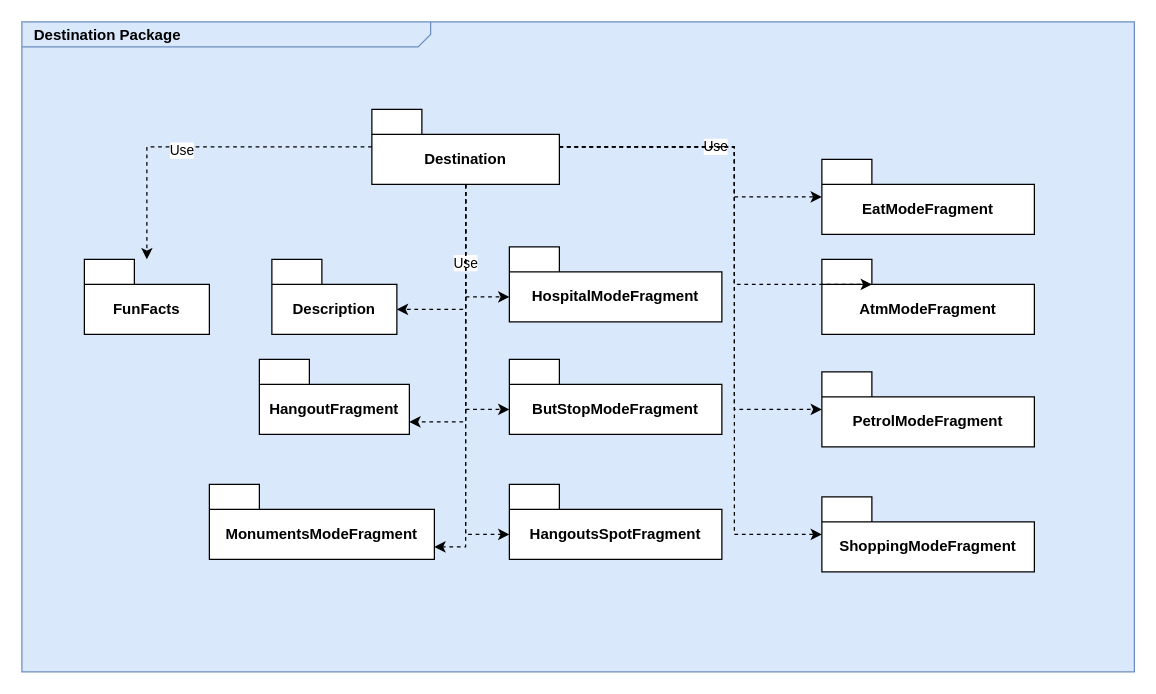
Above: Utility.drawio in MurielleMardenli200/LOG8430_TP1 (draw.io), before the change. Source tidied: cells renumbered, new cells numbered last; positions are measured from the earlier drawing's top-left corner, leaving out a move shared by most shapes. Both pictures are drawn from the tidied source at 125%, with x=0, y=0 at pixel (21, 21).
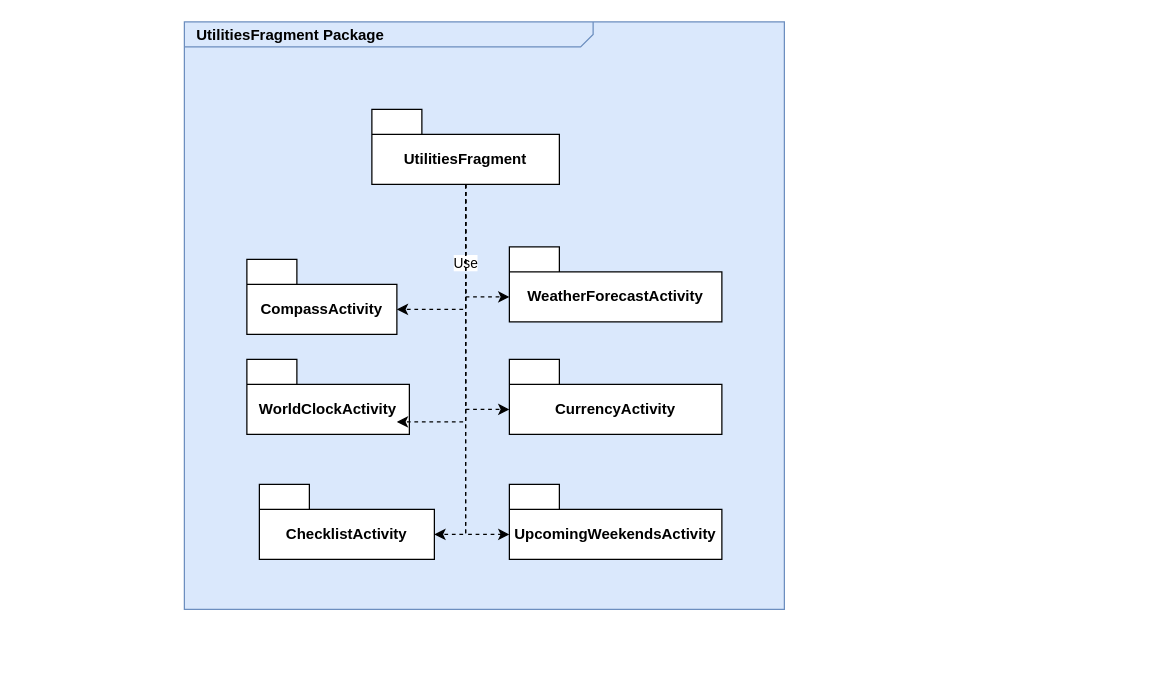
Above is the later version.

Change to the diagram source:
```diff
@@
-    <mxCell id="2" value="&lt;p style=&quot;margin: 0px ; margin-top: 4px ; margin-left: 10px ; text-align: left&quot;&gt;&lt;b&gt;Destination Package&lt;/b&gt;&lt;/p&gt;" style="html=1;strokeWidth=1;shape=mxgraph.sysml.package;html=1;overflow=fill;whiteSpace=wrap;fillColor=#dae8fc;fontSize=12;align=center;labelX=327.64;strokeColor=#6c8ebf;" parent="1" vertex="1">
-      <mxGeometry width="890" height="520" as="geometry" />
+    <mxCell id="2" value="&lt;p style=&quot;margin: 0px ; margin-top: 4px ; margin-left: 10px ; text-align: left&quot;&gt;&lt;span style=&quot;font-weight: 700; background-color: transparent; color: light-dark(rgb(0, 0, 0), rgb(255, 255, 255)); text-align: center;&quot;&gt;UtilitiesFragment&lt;/span&gt;&lt;b&gt;&amp;nbsp;Package&lt;/b&gt;&lt;/p&gt;" style="html=1;strokeWidth=1;shape=mxgraph.sysml.package;html=1;overflow=fill;whiteSpace=wrap;fillColor=#dae8fc;fontSize=12;align=center;labelX=327.64;strokeColor=#6c8ebf;" parent="1" vertex="1">
+      <mxGeometry x="130" width="480" height="470" as="geometry" />
     </mxCell>
-    <mxCell id="3" style="edgeStyle=orthogonalEdgeStyle;rounded=0;jettySize=auto;html=1;dashed=1;" parent="1" edge="1" source="10" target="11">
-      <mxGeometry relative="1" as="geometry" />
-    </mxCell>
-    <mxCell id="4" value="Use" style="edgeLabel;html=1;align=center;verticalAlign=middle;" parent="3" vertex="1">
-      <mxGeometry x="0.13" y="2" relative="1" as="geometry" />
-    </mxCell>
@@
-    <mxCell id="7" value="Use" style="edgeStyle=orthogonalEdgeStyle;shape=connector;rounded=0;jettySize=auto;html=1;dashed=1;strokeColor=default;align=center;verticalAlign=middle;fontFamily=Helvetica;fontSize=11;fontColor=default;labelBackgroundColor=default;endArrow=classic;" parent="1" edge="1" source="10" target="21">
-      <mxGeometry relative="1" as="geometry">
-        <Array as="points">
-          <mxPoint x="570" y="100" />
-          <mxPoint x="570" y="140" />
-        </Array>
-      </mxGeometry>
-    </mxCell>
-    <mxCell id="8" style="edgeStyle=orthogonalEdgeStyle;shape=connector;rounded=0;jettySize=auto;html=1;dashed=1;strokeColor=default;align=center;verticalAlign=middle;fontFamily=Helvetica;fontSize=11;fontColor=default;labelBackgroundColor=default;endArrow=classic;" parent="1" edge="1" source="10" target="17">
-      <mxGeometry relative="1" as="geometry">
-        <Array as="points">
-          <mxPoint x="570" y="100" />
-          <mxPoint x="570" y="410" />
-        </Array>
-      </mxGeometry>
-    </mxCell>
-    <mxCell id="9" style="edgeStyle=orthogonalEdgeStyle;shape=connector;rounded=0;jettySize=auto;html=1;dashed=1;strokeColor=default;align=center;verticalAlign=middle;fontFamily=Helvetica;fontSize=11;fontColor=default;labelBackgroundColor=default;endArrow=classic;" parent="1" edge="1" source="10" target="18">
-      <mxGeometry relative="1" as="geometry">
-        <Array as="points">
-          <mxPoint x="570" y="100" />
-          <mxPoint x="570" y="310" />
-        </Array>
-      </mxGeometry>
-    </mxCell>
-    <mxCell id="10" value="Destination" style="shape=folder;fontStyle=1;tabWidth=40;tabHeight=20;tabPosition=left;html=1;boundedLbl=1;whiteSpace=wrap;" parent="1" vertex="1">
+    <mxCell id="10" value="UtilitiesFragment" style="shape=folder;fontStyle=1;tabWidth=40;tabHeight=20;tabPosition=left;html=1;boundedLbl=1;whiteSpace=wrap;" parent="1" vertex="1">
       <mxGeometry x="280" y="70" width="150" height="60" as="geometry" />
     </mxCell>
-    <mxCell id="11" value="FunFacts" style="shape=folder;fontStyle=1;tabWidth=40;tabHeight=20;tabPosition=left;html=1;boundedLbl=1;whiteSpace=wrap;" parent="1" vertex="1">
-      <mxGeometry x="50" y="190" width="100" height="60" as="geometry" />
-    </mxCell>
-    <mxCell id="12" value="Description" style="shape=folder;fontStyle=1;tabWidth=40;tabHeight=20;tabPosition=left;html=1;boundedLbl=1;whiteSpace=wrap;" parent="1" vertex="1">
-      <mxGeometry x="200" y="190" width="100" height="60" as="geometry" />
+    <mxCell id="12" value="CompassActivity" style="shape=folder;fontStyle=1;tabWidth=40;tabHeight=20;tabPosition=left;html=1;boundedLbl=1;whiteSpace=wrap;" parent="1" vertex="1">
+      <mxGeometry x="180" y="190" width="120" height="60" as="geometry" />
     </mxCell>
-    <mxCell id="13" value="HangoutFragment" style="shape=folder;fontStyle=1;tabWidth=40;tabHeight=20;tabPosition=left;html=1;boundedLbl=1;whiteSpace=wrap;" parent="1" vertex="1">
-      <mxGeometry x="190" y="270" width="120" height="60" as="geometry" />
+    <mxCell id="13" value="WorldClockActivity" style="shape=folder;fontStyle=1;tabWidth=40;tabHeight=20;tabPosition=left;html=1;boundedLbl=1;whiteSpace=wrap;" parent="1" vertex="1">
+      <mxGeometry x="180" y="270" width="130" height="60" as="geometry" />
     </mxCell>
-    <mxCell id="14" value="MonumentsModeFragment" style="shape=folder;fontStyle=1;tabWidth=40;tabHeight=20;tabPosition=left;html=1;boundedLbl=1;whiteSpace=wrap;" parent="1" vertex="1">
-      <mxGeometry x="150" y="370" width="180" height="60" as="geometry" />
+    <mxCell id="14" value="ChecklistActivity" style="shape=folder;fontStyle=1;tabWidth=40;tabHeight=20;tabPosition=left;html=1;boundedLbl=1;whiteSpace=wrap;" parent="1" vertex="1">
+      <mxGeometry x="190" y="370" width="140" height="60" as="geometry" />
     </mxCell>
-    <mxCell id="15" value="HangoutsSpotFragment" style="shape=folder;fontStyle=1;tabWidth=40;tabHeight=20;tabPosition=left;html=1;boundedLbl=1;whiteSpace=wrap;" parent="1" vertex="1">
+    <mxCell id="15" value="UpcomingWeekendsActivity" style="shape=folder;fontStyle=1;tabWidth=40;tabHeight=20;tabPosition=left;html=1;boundedLbl=1;whiteSpace=wrap;" parent="1" vertex="1">
       <mxGeometry x="390" y="370" width="170" height="60" as="geometry" />
     </mxCell>
-    <mxCell id="16" value="ButStopModeFragment" style="shape=folder;fontStyle=1;tabWidth=40;tabHeight=20;tabPosition=left;html=1;boundedLbl=1;whiteSpace=wrap;" parent="1" vertex="1">
+    <mxCell id="16" value="CurrencyActivity" style="shape=folder;fontStyle=1;tabWidth=40;tabHeight=20;tabPosition=left;html=1;boundedLbl=1;whiteSpace=wrap;" parent="1" vertex="1">
       <mxGeometry x="390" y="270" width="170" height="60" as="geometry" />
     </mxCell>
-    <mxCell id="17" value="ShoppingModeFragment" style="shape=folder;fontStyle=1;tabWidth=40;tabHeight=20;tabPosition=left;html=1;boundedLbl=1;whiteSpace=wrap;" parent="1" vertex="1">
-      <mxGeometry x="640" y="380" width="170" height="60" as="geometry" />
-    </mxCell>
-    <mxCell id="18" value="PetrolModeFragment" style="shape=folder;fontStyle=1;tabWidth=40;tabHeight=20;tabPosition=left;html=1;boundedLbl=1;whiteSpace=wrap;" parent="1" vertex="1">
-      <mxGeometry x="640" y="280" width="170" height="60" as="geometry" />
-    </mxCell>
-    <mxCell id="19" value="AtmModeFragment" style="shape=folder;fontStyle=1;tabWidth=40;tabHeight=20;tabPosition=left;html=1;boundedLbl=1;whiteSpace=wrap;" parent="1" vertex="1">
-      <mxGeometry x="640" y="190" width="170" height="60" as="geometry" />
-    </mxCell>
-    <mxCell id="20" value="HospitalModeFragment" style="shape=folder;fontStyle=1;tabWidth=40;tabHeight=20;tabPosition=left;html=1;boundedLbl=1;whiteSpace=wrap;" parent="1" vertex="1">
+    <mxCell id="20" value="WeatherForecastActivity" style="shape=folder;fontStyle=1;tabWidth=40;tabHeight=20;tabPosition=left;html=1;boundedLbl=1;whiteSpace=wrap;" parent="1" vertex="1">
       <mxGeometry x="390" y="180" width="170" height="60" as="geometry" />
     </mxCell>
-    <mxCell id="21" value="EatModeFragment" style="shape=folder;fontStyle=1;tabWidth=40;tabHeight=20;tabPosition=left;html=1;boundedLbl=1;whiteSpace=wrap;" parent="1" vertex="1">
-      <mxGeometry x="640" y="110" width="170" height="60" as="geometry" />
-    </mxCell>
-    <mxCell id="22" style="edgeStyle=orthogonalEdgeStyle;shape=connector;rounded=0;jettySize=auto;html=1;entryX=0;entryY=0;entryDx=40;entryDy=20;entryPerimeter=0;dashed=1;strokeColor=default;align=center;verticalAlign=middle;fontFamily=Helvetica;fontSize=11;fontColor=default;labelBackgroundColor=default;endArrow=classic;" parent="1" edge="1" source="10" target="19">
-      <mxGeometry relative="1" as="geometry">
-        <Array as="points">
-          <mxPoint x="570" y="100" />
-          <mxPoint x="570" y="210" />
-        </Array>
-      </mxGeometry>
-    </mxCell>
@@
     <mxCell id="25" style="edgeStyle=orthogonalEdgeStyle;shape=connector;rounded=0;jettySize=auto;html=1;entryX=0;entryY=0;entryDx=120;entryDy=50;entryPerimeter=0;dashed=1;strokeColor=default;align=center;verticalAlign=middle;fontFamily=Helvetica;fontSize=11;fontColor=default;labelBackgroundColor=default;endArrow=classic;" parent="1" edge="1" source="10" target="13">
-      <mxGeometry relative="1" as="geometry" />
+      <mxGeometry relative="1" as="geometry">
+        <Array as="points">
+          <mxPoint x="355" y="320" />
+        </Array>
+      </mxGeometry>
     </mxCell>
-    <mxCell id="26" style="edgeStyle=orthogonalEdgeStyle;shape=connector;rounded=0;jettySize=auto;html=1;entryX=0;entryY=0;entryDx=180;entryDy=50;entryPerimeter=0;dashed=1;strokeColor=default;align=center;verticalAlign=middle;fontFamily=Helvetica;fontSize=11;fontColor=default;labelBackgroundColor=default;endArrow=classic;" parent="1" edge="1" source="10" target="14">
+    <mxCell id="26" style="edgeStyle=orthogonalEdgeStyle;shape=connector;rounded=0;jettySize=auto;html=1;entryX=0;entryY=0;entryDx=140;entryDy=40;entryPerimeter=0;dashed=1;strokeColor=default;align=center;verticalAlign=middle;fontFamily=Helvetica;fontSize=11;fontColor=default;labelBackgroundColor=default;endArrow=classic;" parent="1" edge="1" source="10" target="14">
       <mxGeometry relative="1" as="geometry" />
     </mxCell>
```
